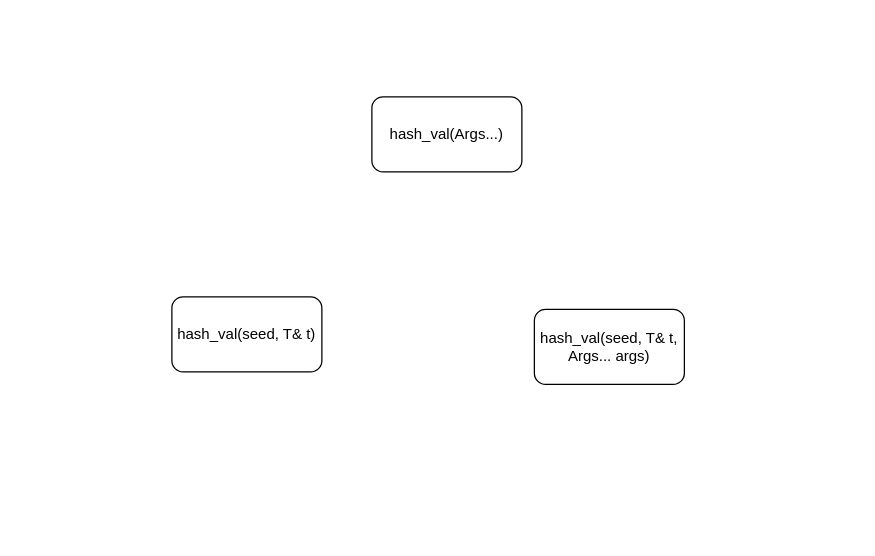
Earlier version of the draw.io diagram 未命名绘图.drawio (LxkdGithub/draw.io). Source tidied: cells renumbered, new cells numbered last; positions are measured from the earlier drawing's top-left corner, leaving out a move shared by most shapes. Both pictures are drawn from the tidied source at 125%, with x=0, y=0 at pixel (171, 96).
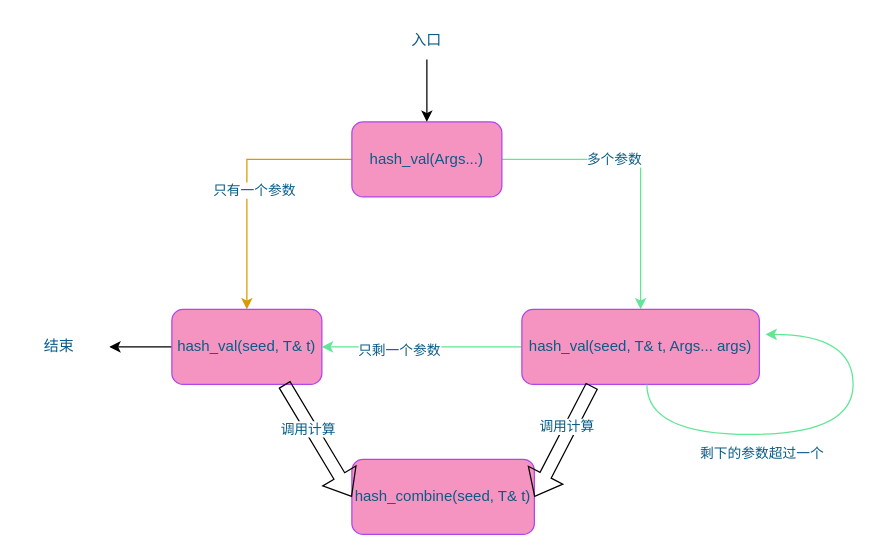
After the change.

Commit message (it also covers changes not shown here):
更新未命名绘图.drawio

Diff of the diagram source:
```diff
@@
+    <mxCell id="5" style="edgeStyle=orthogonalEdgeStyle;rounded=0;jettySize=auto;html=1;fillColor=#ffe6cc;strokeColor=#d79b00;fontColor=#095C86;" parent="1" edge="1" source="2" target="3">
+      <mxGeometry relative="1" as="geometry" />
+    </mxCell>
+    <mxCell id="6" value="只有一个参数" style="edgeLabel;html=1;align=center;verticalAlign=middle;fontColor=#095C86;" parent="5" vertex="1">
+      <mxGeometry x="0.06" y="5" relative="1" as="geometry" />
+    </mxCell>
+    <mxCell id="7" style="edgeStyle=orthogonalEdgeStyle;rounded=0;jettySize=auto;html=1;entryX=0.5;entryY=0;entryDx=0;entryDy=0;fillColor=#F694C1;strokeColor=#60E696;fontColor=#095C86;" parent="1" edge="1" source="2" target="4">
+      <mxGeometry relative="1" as="geometry" />
+    </mxCell>
+    <mxCell id="8" value="多个参数" style="edgeLabel;html=1;align=center;verticalAlign=middle;fontColor=#095C86;" parent="7" vertex="1">
+      <mxGeometry x="-0.23" y="1" relative="1" as="geometry" />
+    </mxCell>
-    <mxCell id="2" value="hash_val(Args...)" style="rounded=1;whiteSpace=wrap;html=1;" parent="1" vertex="1">
-      <mxGeometry x="160" width="120" height="60" as="geometry" />
+    <mxCell id="2" value="hash_val(Args...)" style="rounded=1;whiteSpace=wrap;html=1;fillColor=#F694C1;strokeColor=#AF45ED;fontColor=#095C86;" parent="1" vertex="1">
+      <mxGeometry x="144" y="20" width="120" height="60" as="geometry" />
     </mxCell>
+    <mxCell id="9" style="edgeStyle=orthogonalEdgeStyle;rounded=0;jettySize=auto;html=1;fontColor=#095C86;" parent="1" edge="1" source="3">
+      <mxGeometry relative="1" as="geometry">
+        <mxPoint x="-50" y="200" as="targetPoint" />
+      </mxGeometry>
+    </mxCell>
-    <mxCell id="3" value="hash_val(seed, T&amp;amp; t)" style="rounded=1;whiteSpace=wrap;html=1;" parent="1" vertex="1">
-      <mxGeometry y="160" width="120" height="60" as="geometry" />
+    <mxCell id="3" value="hash_val(seed, T&amp;amp; t)" style="rounded=1;whiteSpace=wrap;html=1;fillColor=#F694C1;strokeColor=#AF45ED;fontColor=#095C86;" parent="1" vertex="1">
+      <mxGeometry y="170" width="120" height="60" as="geometry" />
     </mxCell>
+    <mxCell id="10" style="edgeStyle=orthogonalEdgeStyle;curved=1;rounded=0;jettySize=auto;html=1;entryX=1;entryY=0.5;entryDx=0;entryDy=0;elbow=vertical;fillColor=#F694C1;strokeColor=#60E696;fontColor=#095C86;" parent="1" edge="1" source="4" target="3">
+      <mxGeometry relative="1" as="geometry" />
+    </mxCell>
+    <mxCell id="11" value="只剩一个参数" style="edgeLabel;html=1;align=center;verticalAlign=middle;fontColor=#095C86;" parent="10" vertex="1">
+      <mxGeometry x="0.24" y="2" relative="1" as="geometry" />
+    </mxCell>
-    <mxCell id="4" value="hash_val(seed, T&amp;amp; t, Args... args)" style="rounded=1;whiteSpace=wrap;html=1;" parent="1" vertex="1">
-      <mxGeometry x="290" y="170" width="120" height="60" as="geometry" />
+    <mxCell id="4" value="hash_val(seed, T&amp;amp; t, Args... args)" style="rounded=1;whiteSpace=wrap;html=1;fillColor=#F694C1;strokeColor=#AF45ED;fontColor=#095C86;" parent="1" vertex="1">
+      <mxGeometry x="280" y="170" width="190" height="60" as="geometry" />
     </mxCell>
+    <mxCell id="12" value="hash_combine(seed, T&amp;amp; t)" style="rounded=1;whiteSpace=wrap;html=1;fillColor=#F694C1;strokeColor=#AF45ED;fontColor=#095C86;" parent="1" vertex="1">
+      <mxGeometry x="144" y="290" width="146" height="60" as="geometry" />
+    </mxCell>
+    <mxCell id="13" style="endArrow=classic;html=1;rounded=0;entryX=1;entryY=0.5;entryDx=0;entryDy=0;edgeStyle=orthogonalEdgeStyle;elbow=vertical;curved=1;fillColor=#F694C1;strokeColor=#60E696;fontColor=#095C86;" parent="1" edge="1">
+      <mxGeometry relative="1" as="geometry">
+        <mxPoint x="380" y="230" as="sourcePoint" />
+        <mxPoint x="475" y="190" as="targetPoint" />
+        <Array as="points">
+          <mxPoint x="380" y="270" />
+          <mxPoint x="545" y="270" />
+          <mxPoint x="545" y="190" />
+        </Array>
+      </mxGeometry>
+    </mxCell>
+    <mxCell id="14" value="剩下的参数超过一个" style="edgeLabel;html=1;align=center;verticalAlign=middle;fontColor=#095C86;" parent="13" vertex="1">
+      <mxGeometry x="-0.35" y="9" relative="1" as="geometry">
+        <mxPoint x="16" y="23" as="offset" />
+      </mxGeometry>
+    </mxCell>
+    <mxCell id="15" style="shape=flexArrow;endArrow=classic;html=1;rounded=0;curved=1;elbow=vertical;entryX=0;entryY=0.5;entryDx=0;entryDy=0;exitX=0.75;exitY=1;exitDx=0;exitDy=0;fontColor=#095C86;" parent="1" edge="1" source="3" target="12">
+      <mxGeometry relative="1" as="geometry" />
+    </mxCell>
+    <mxCell id="16" value="调用计算" style="edgeLabel;html=1;align=center;verticalAlign=middle;fontColor=#095C86;" parent="15" vertex="1">
+      <mxGeometry x="-0.24" y="-3" relative="1" as="geometry" />
+    </mxCell>
+    <mxCell id="17" style="shape=flexArrow;endArrow=classic;html=1;rounded=0;curved=1;elbow=vertical;entryX=1;entryY=0.5;entryDx=0;entryDy=0;exitX=0.295;exitY=1.02;exitDx=0;exitDy=0;exitPerimeter=0;fontColor=#095C86;" parent="1" edge="1" source="4" target="12">
+      <mxGeometry relative="1" as="geometry" />
+    </mxCell>
+    <mxCell id="18" value="调用计算" style="edgeLabel;html=1;align=center;verticalAlign=middle;fontColor=#095C86;" parent="17" vertex="1">
+      <mxGeometry x="-0.24" y="-3" relative="1" as="geometry" />
+    </mxCell>
+    <mxCell id="19" value="结束" style="text;html=1;strokeColor=none;fillColor=none;align=center;verticalAlign=middle;whiteSpace=wrap;rounded=0;fontColor=#095C86;" parent="1" vertex="1">
+      <mxGeometry x="-120" y="185" width="60" height="30" as="geometry" />
+    </mxCell>
+    <mxCell id="20" style="endArrow=classic;html=1;rounded=0;fontColor=#095C86;entryX=0.5;entryY=0;entryDx=0;entryDy=0;" parent="1" edge="1" target="2">
+      <mxGeometry relative="1" as="geometry">
+        <mxPoint x="204" y="-30" as="sourcePoint" />
+      </mxGeometry>
+    </mxCell>
+    <mxCell id="21" value="入口" style="text;html=1;strokeColor=none;fillColor=none;align=center;verticalAlign=middle;whiteSpace=wrap;rounded=0;fontColor=#095C86;" parent="1" vertex="1">
+      <mxGeometry x="174" y="-60" width="60" height="30" as="geometry" />
+    </mxCell>
```
